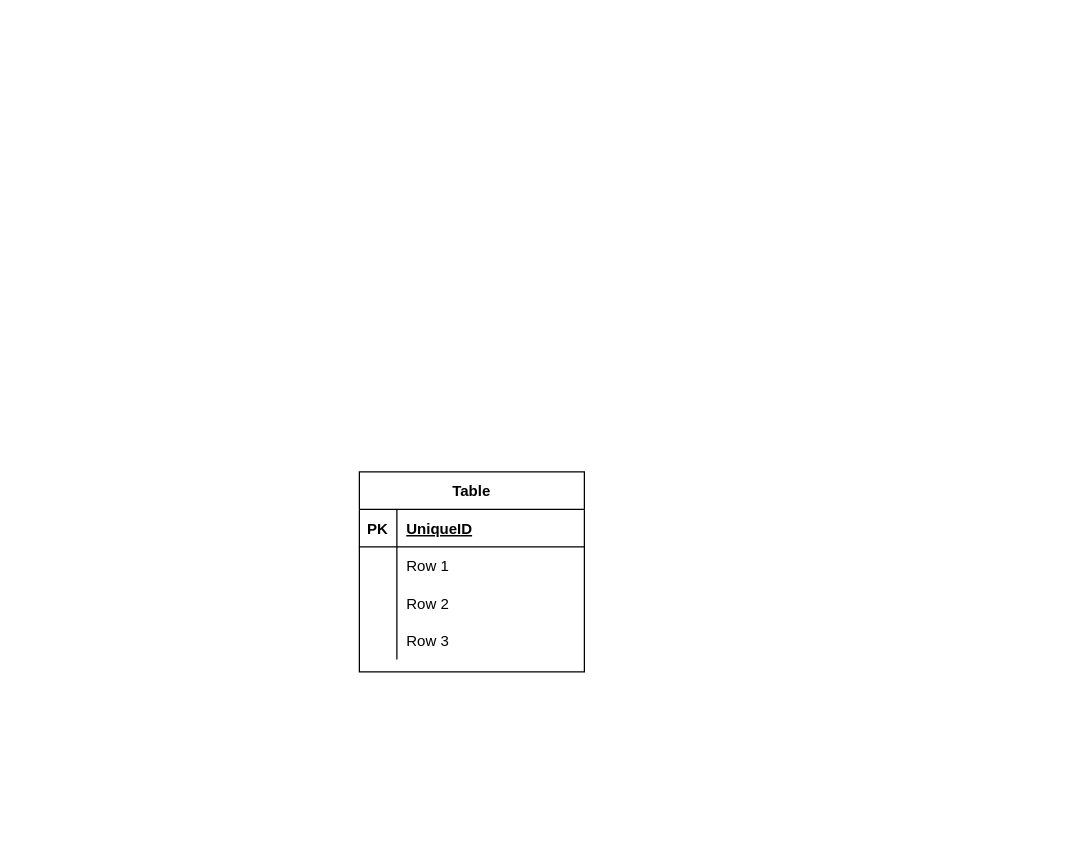
Above: page "Page-1" (1 of 2) of fig1.drawio in santarabantoosoo/RDMS (draw.io), before the change. Source tidied: cells renumbered, new cells numbered last; positions are measured from the earlier drawing's top-left corner, leaving out a move shared by most shapes. Both pictures are drawn from the tidied source at 125%, with x=0, y=0 at pixel (359, 471).
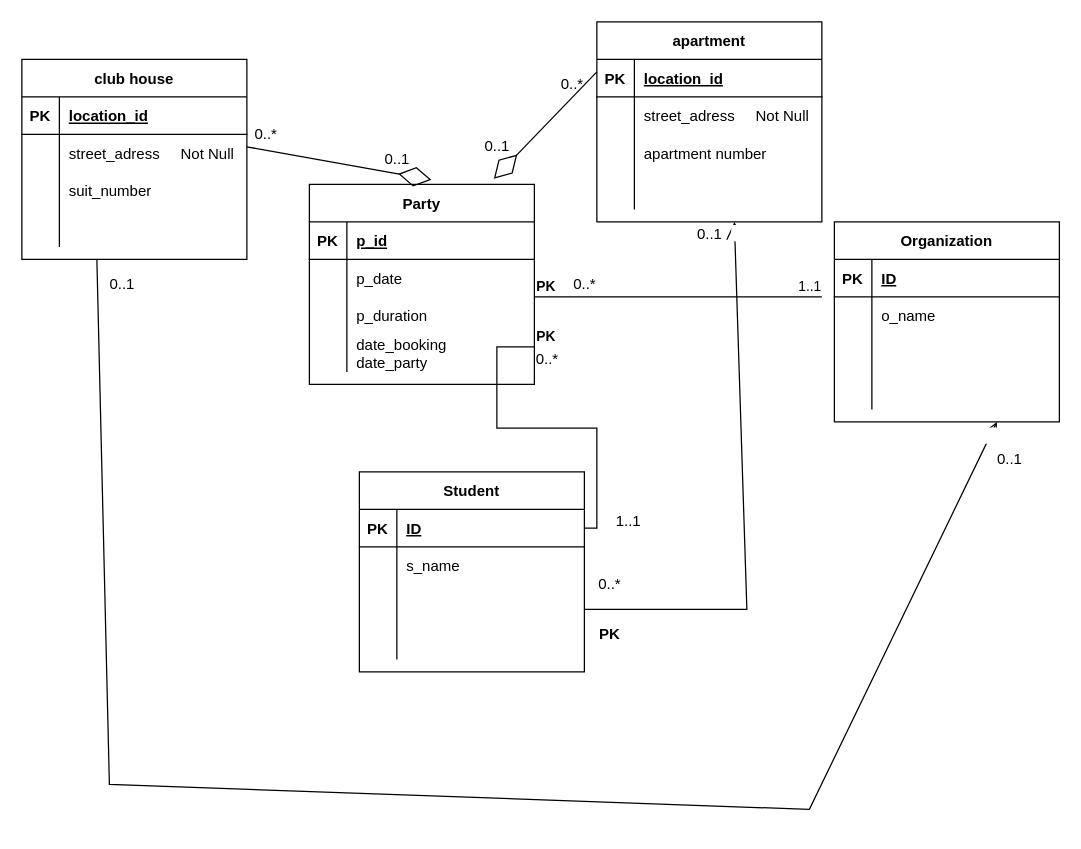
Above is the later version.

The change refers to these unchanged cells:
```xml
<mxCell id="3" style="shape=tableRow;horizontal=0;startSize=0;swimlaneHead=0;swimlaneBody=0;fillColor=none;points=[[0,0.5],[1,0.5]];portConstraint=eastwest;top=0;left=0;right=0;bottom=1;" parent="2" vertex="1">
  <mxGeometry y="30" width="180" height="30" as="geometry" />
</mxCell>
<mxCell id="6" style="shape=tableRow;horizontal=0;startSize=0;swimlaneHead=0;swimlaneBody=0;fillColor=none;top=0;left=0;right=0;bottom=0;" parent="2" vertex="1">
  <mxGeometry y="60" width="180" height="30" as="geometry" />
</mxCell>
<mxCell id="9" style="shape=tableRow;horizontal=0;startSize=0;swimlaneHead=0;swimlaneBody=0;fillColor=none;top=0;left=0;right=0;bottom=0;" parent="2" vertex="1">
  <mxGeometry y="90" width="180" height="30" as="geometry" />
</mxCell>
<mxCell id="12" style="shape=tableRow;horizontal=0;startSize=0;swimlaneHead=0;swimlaneBody=0;fillColor=none;top=0;left=0;right=0;bottom=0;" parent="2" vertex="1">
  <mxGeometry y="120" width="180" height="30" as="geometry" />
</mxCell>
```

What changed in the source:
```diff
@@
-    <mxCell id="2" value="Table" style="shape=table;startSize=30;childLayout=tableLayout;rowLines=0;fontStyle=1;align=center;" parent="1" vertex="1">
+    <mxCell id="2" value="Student" style="shape=table;startSize=30;childLayout=tableLayout;rowLines=0;fontStyle=1;align=center;" parent="1" vertex="1">
       <mxGeometry width="180" height="160" as="geometry" />
     </mxCell>
@@
-    <mxCell id="5" value="UniqueID" style="shape=partialRectangle;fillColor=none;top=0;left=0;bottom=0;right=0;align=left;spacingLeft=6;fontStyle=5;overflow=hidden;" parent="3" vertex="1">
+    <mxCell id="5" value="ID" style="shape=partialRectangle;fillColor=none;top=0;left=0;bottom=0;right=0;align=left;spacingLeft=6;fontStyle=5;overflow=hidden;" parent="3" vertex="1">
       <mxGeometry x="30" width="150" height="30" as="geometry" />
     </mxCell>
@@
-    <mxCell id="8" value="Row 1" style="shape=partialRectangle;fillColor=none;top=0;left=0;bottom=0;right=0;align=left;spacingLeft=6;overflow=hidden;" parent="6" vertex="1">
+    <mxCell id="8" value="s_name" style="shape=partialRectangle;fillColor=none;top=0;left=0;bottom=0;right=0;align=left;spacingLeft=6;overflow=hidden;" parent="6" vertex="1">
       <mxGeometry x="30" width="150" height="30" as="geometry" />
     </mxCell>
@@
-    <mxCell id="11" value="Row 2" style="shape=partialRectangle;fillColor=none;top=0;left=0;bottom=0;right=0;align=left;spacingLeft=6;overflow=hidden;" parent="9" vertex="1">
+    <mxCell id="11" style="shape=partialRectangle;fillColor=none;top=0;left=0;bottom=0;right=0;align=left;spacingLeft=6;overflow=hidden;" parent="9" vertex="1">
       <mxGeometry x="30" width="150" height="30" as="geometry" />
     </mxCell>
@@
-    <mxCell id="14" value="Row 3" style="shape=partialRectangle;fillColor=none;top=0;left=0;bottom=0;right=0;align=left;spacingLeft=6;overflow=hidden;" parent="12" vertex="1">
+    <mxCell id="14" style="shape=partialRectangle;fillColor=none;top=0;left=0;bottom=0;right=0;align=left;spacingLeft=6;overflow=hidden;" parent="12" vertex="1">
       <mxGeometry x="30" width="150" height="30" as="geometry" />
     </mxCell>
+    <mxCell id="15" value="Organization" style="shape=table;startSize=30;childLayout=tableLayout;rowLines=0;fontStyle=1;align=center;" parent="1" vertex="1">
+      <mxGeometry x="380" y="-200" width="180" height="160" as="geometry" />
+    </mxCell>
+    <mxCell id="16" style="shape=tableRow;horizontal=0;startSize=0;swimlaneHead=0;swimlaneBody=0;fillColor=none;top=0;left=0;right=0;bottom=1;" parent="15" vertex="1">
+      <mxGeometry y="30" width="180" height="30" as="geometry" />
+    </mxCell>
+    <mxCell id="17" value="PK" style="shape=partialRectangle;fillColor=none;top=0;left=0;bottom=0;right=0;fontStyle=1;overflow=hidden;" parent="16" vertex="1">
+      <mxGeometry width="30" height="30" as="geometry" />
+    </mxCell>
+    <mxCell id="18" value="ID" style="shape=partialRectangle;fillColor=none;top=0;left=0;bottom=0;right=0;align=left;spacingLeft=6;fontStyle=5;overflow=hidden;" parent="16" vertex="1">
+      <mxGeometry x="30" width="150" height="30" as="geometry" />
+    </mxCell>
+    <mxCell id="19" style="shape=tableRow;horizontal=0;startSize=0;swimlaneHead=0;swimlaneBody=0;fillColor=none;top=0;left=0;right=0;bottom=0;" parent="15" vertex="1">
+      <mxGeometry y="60" width="180" height="30" as="geometry" />
+    </mxCell>
+    <mxCell id="20" style="shape=partialRectangle;fillColor=none;top=0;left=0;bottom=0;right=0;overflow=hidden;" parent="19" vertex="1">
+      <mxGeometry width="30" height="30" as="geometry" />
+    </mxCell>
+    <mxCell id="21" value="o_name" style="shape=partialRectangle;fillColor=none;top=0;left=0;bottom=0;right=0;align=left;spacingLeft=6;overflow=hidden;" parent="19" vertex="1">
+      <mxGeometry x="30" width="150" height="30" as="geometry" />
+    </mxCell>
+    <mxCell id="22" style="shape=tableRow;horizontal=0;startSize=0;swimlaneHead=0;swimlaneBody=0;fillColor=none;top=0;left=0;right=0;bottom=0;" parent="15" vertex="1">
+      <mxGeometry y="90" width="180" height="30" as="geometry" />
+    </mxCell>
+    <mxCell id="23" style="shape=partialRectangle;fillColor=none;top=0;left=0;bottom=0;right=0;overflow=hidden;" parent="22" vertex="1">
+      <mxGeometry width="30" height="30" as="geometry" />
+    </mxCell>
+    <mxCell id="24" style="shape=partialRectangle;fillColor=none;top=0;left=0;bottom=0;right=0;align=left;spacingLeft=6;overflow=hidden;" parent="22" vertex="1">
+      <mxGeometry x="30" width="150" height="30" as="geometry" />
+    </mxCell>
+    <mxCell id="25" style="shape=tableRow;horizontal=0;startSize=0;swimlaneHead=0;swimlaneBody=0;fillColor=none;top=0;left=0;right=0;bottom=0;" parent="15" vertex="1">
+      <mxGeometry y="120" width="180" height="30" as="geometry" />
+    </mxCell>
+    <mxCell id="26" style="shape=partialRectangle;fillColor=none;top=0;left=0;bottom=0;right=0;overflow=hidden;" parent="25" vertex="1">
+      <mxGeometry width="30" height="30" as="geometry" />
+    </mxCell>
+    <mxCell id="27" style="shape=partialRectangle;fillColor=none;top=0;left=0;bottom=0;right=0;align=left;spacingLeft=6;overflow=hidden;" parent="25" vertex="1">
+      <mxGeometry x="30" width="150" height="30" as="geometry" />
+    </mxCell>
+    <mxCell id="28" value="Party" style="shape=table;startSize=30;childLayout=tableLayout;rowLines=0;fontStyle=1;align=center;" parent="1" vertex="1">
+      <mxGeometry x="-40" y="-230" width="180" height="160" as="geometry" />
+    </mxCell>
+    <mxCell id="29" style="shape=tableRow;horizontal=0;startSize=0;swimlaneHead=0;swimlaneBody=0;fillColor=none;top=0;left=0;right=0;bottom=1;" parent="28" vertex="1">
+      <mxGeometry y="30" width="180" height="30" as="geometry" />
+    </mxCell>
+    <mxCell id="30" value="PK" style="shape=partialRectangle;fillColor=none;top=0;left=0;bottom=0;right=0;fontStyle=1;overflow=hidden;" parent="29" vertex="1">
+      <mxGeometry width="30" height="30" as="geometry" />
+    </mxCell>
+    <mxCell id="31" value="p_id" style="shape=partialRectangle;fillColor=none;top=0;left=0;bottom=0;right=0;align=left;spacingLeft=6;fontStyle=5;overflow=hidden;" parent="29" vertex="1">
+      <mxGeometry x="30" width="150" height="30" as="geometry" />
+    </mxCell>
+    <mxCell id="32" style="shape=tableRow;horizontal=0;startSize=0;swimlaneHead=0;swimlaneBody=0;fillColor=none;top=0;left=0;right=0;bottom=0;" parent="28" vertex="1">
+      <mxGeometry y="60" width="180" height="30" as="geometry" />
+    </mxCell>
+    <mxCell id="33" style="shape=partialRectangle;fillColor=none;top=0;left=0;bottom=0;right=0;overflow=hidden;" parent="32" vertex="1">
+      <mxGeometry width="30" height="30" as="geometry" />
+    </mxCell>
+    <mxCell id="34" value="p_date" style="shape=partialRectangle;fillColor=none;top=0;left=0;bottom=0;right=0;align=left;spacingLeft=6;overflow=hidden;" parent="32" vertex="1">
+      <mxGeometry x="30" width="150" height="30" as="geometry" />
+    </mxCell>
+    <mxCell id="35" style="shape=tableRow;horizontal=0;startSize=0;swimlaneHead=0;swimlaneBody=0;fillColor=none;top=0;left=0;right=0;bottom=0;" parent="28" vertex="1">
+      <mxGeometry y="90" width="180" height="30" as="geometry" />
+    </mxCell>
+    <mxCell id="36" style="shape=partialRectangle;fillColor=none;top=0;left=0;bottom=0;right=0;overflow=hidden;" parent="35" vertex="1">
+      <mxGeometry width="30" height="30" as="geometry" />
+    </mxCell>
+    <mxCell id="37" value="p_duration" style="shape=partialRectangle;fillColor=none;top=0;left=0;bottom=0;right=0;align=left;spacingLeft=6;overflow=hidden;" parent="35" vertex="1">
+      <mxGeometry x="30" width="150" height="30" as="geometry" />
+    </mxCell>
+    <mxCell id="38" style="shape=tableRow;horizontal=0;startSize=0;swimlaneHead=0;swimlaneBody=0;fillColor=none;top=0;left=0;right=0;bottom=0;" parent="28" vertex="1">
+      <mxGeometry y="120" width="180" height="30" as="geometry" />
+    </mxCell>
+    <mxCell id="39" style="shape=partialRectangle;fillColor=none;top=0;left=0;bottom=0;right=0;overflow=hidden;" parent="38" vertex="1">
+      <mxGeometry width="30" height="30" as="geometry" />
+    </mxCell>
+    <mxCell id="40" value="date_booking&#10;date_party" style="shape=partialRectangle;fillColor=none;top=0;left=0;bottom=0;right=0;align=left;spacingLeft=6;overflow=hidden;" parent="38" vertex="1">
+      <mxGeometry x="30" width="150" height="30" as="geometry" />
+    </mxCell>
+    <mxCell id="41" style="endArrow=none;html=1;edgeStyle=orthogonalEdgeStyle;rounded=0;" parent="1" edge="1">
+      <mxGeometry relative="1" as="geometry">
+        <mxPoint x="140" y="-140" as="sourcePoint" />
+        <mxPoint x="370" y="-140" as="targetPoint" />
+      </mxGeometry>
+    </mxCell>
+    <mxCell id="42" value="&lt;b&gt;PK&lt;/b&gt;" style="edgeLabel;html=1;align=left;verticalAlign=bottom;" parent="41" vertex="1">
+      <mxGeometry x="-1" relative="1" as="geometry" />
+    </mxCell>
+    <mxCell id="43" value="1..1" style="edgeLabel;html=1;align=right;verticalAlign=bottom;" parent="41" vertex="1">
+      <mxGeometry x="1" relative="1" as="geometry" />
+    </mxCell>
+    <mxCell id="44" value="0..*" style="text;html=1;align=center;verticalAlign=middle;strokeColor=none;fillColor=none;" parent="1" vertex="1">
+      <mxGeometry x="165" y="-160" width="30" height="20" as="geometry" />
+    </mxCell>
+    <mxCell id="45" style="endArrow=none;html=1;edgeStyle=orthogonalEdgeStyle;rounded=0;" parent="1" edge="1" target="3">
+      <mxGeometry relative="1" as="geometry">
+        <mxPoint x="140" y="-100" as="sourcePoint" />
+        <Array as="points">
+          <mxPoint x="110" y="-100" />
+          <mxPoint x="110" y="-35" />
+          <mxPoint x="190" y="-35" />
+          <mxPoint x="190" y="45" />
+        </Array>
+      </mxGeometry>
+    </mxCell>
+    <mxCell id="46" value="&lt;b&gt;PK&lt;/b&gt;" style="edgeLabel;html=1;align=left;verticalAlign=bottom;" parent="45" vertex="1">
+      <mxGeometry x="-1" relative="1" as="geometry" />
+    </mxCell>
+    <mxCell id="47" value="0..*" style="text;html=1;align=center;verticalAlign=middle;strokeColor=none;fillColor=none;" parent="1" vertex="1">
+      <mxGeometry x="135" y="-100" width="30" height="20" as="geometry" />
+    </mxCell>
+    <mxCell id="48" value="1..1" style="text;html=1;align=center;verticalAlign=middle;strokeColor=none;fillColor=none;" parent="1" vertex="1">
+      <mxGeometry x="195" y="30" width="40" height="20" as="geometry" />
+    </mxCell>
+    <mxCell id="49" value="apartment" style="shape=table;startSize=30;childLayout=tableLayout;rowLines=0;fontStyle=1;align=center;" parent="1" vertex="1">
+      <mxGeometry x="190" y="-360" width="180" height="160" as="geometry" />
+    </mxCell>
+    <mxCell id="50" style="shape=tableRow;horizontal=0;startSize=0;swimlaneHead=0;swimlaneBody=0;fillColor=none;top=0;left=0;right=0;bottom=1;" parent="49" vertex="1">
+      <mxGeometry y="30" width="180" height="30" as="geometry" />
+    </mxCell>
+    <mxCell id="51" value="PK" style="shape=partialRectangle;fillColor=none;top=0;left=0;bottom=0;right=0;fontStyle=1;overflow=hidden;" parent="50" vertex="1">
+      <mxGeometry width="30" height="30" as="geometry" />
+    </mxCell>
+    <mxCell id="52" value="location_id" style="shape=partialRectangle;fillColor=none;top=0;left=0;bottom=0;right=0;align=left;spacingLeft=6;fontStyle=5;overflow=hidden;" parent="50" vertex="1">
+      <mxGeometry x="30" width="150" height="30" as="geometry" />
+    </mxCell>
+    <mxCell id="53" style="shape=tableRow;horizontal=0;startSize=0;swimlaneHead=0;swimlaneBody=0;fillColor=none;top=0;left=0;right=0;bottom=0;" parent="49" vertex="1">
+      <mxGeometry y="60" width="180" height="30" as="geometry" />
+    </mxCell>
+    <mxCell id="54" style="shape=partialRectangle;fillColor=none;top=0;left=0;bottom=0;right=0;overflow=hidden;" parent="53" vertex="1">
+      <mxGeometry width="30" height="30" as="geometry" />
+    </mxCell>
+    <mxCell id="55" value="street_adress     Not Null" style="shape=partialRectangle;fillColor=none;top=0;left=0;bottom=0;right=0;align=left;spacingLeft=6;overflow=hidden;" parent="53" vertex="1">
+      <mxGeometry x="30" width="150" height="30" as="geometry" />
+    </mxCell>
+    <mxCell id="56" style="shape=tableRow;horizontal=0;startSize=0;swimlaneHead=0;swimlaneBody=0;fillColor=none;top=0;left=0;right=0;bottom=0;" parent="49" vertex="1">
+      <mxGeometry y="90" width="180" height="30" as="geometry" />
+    </mxCell>
+    <mxCell id="57" style="shape=partialRectangle;fillColor=none;top=0;left=0;bottom=0;right=0;overflow=hidden;" parent="56" vertex="1">
+      <mxGeometry width="30" height="30" as="geometry" />
+    </mxCell>
+    <mxCell id="58" value="apartment number" style="shape=partialRectangle;fillColor=none;top=0;left=0;bottom=0;right=0;align=left;spacingLeft=6;overflow=hidden;" parent="56" vertex="1">
+      <mxGeometry x="30" width="150" height="30" as="geometry" />
+    </mxCell>
+    <mxCell id="59" style="shape=tableRow;horizontal=0;startSize=0;swimlaneHead=0;swimlaneBody=0;fillColor=none;top=0;left=0;right=0;bottom=0;" parent="49" vertex="1">
+      <mxGeometry y="120" width="180" height="30" as="geometry" />
+    </mxCell>
+    <mxCell id="60" style="shape=partialRectangle;fillColor=none;top=0;left=0;bottom=0;right=0;overflow=hidden;" parent="59" vertex="1">
+      <mxGeometry width="30" height="30" as="geometry" />
+    </mxCell>
+    <mxCell id="61" style="shape=partialRectangle;fillColor=none;top=0;left=0;bottom=0;right=0;align=left;spacingLeft=6;overflow=hidden;" parent="59" vertex="1">
+      <mxGeometry x="30" width="150" height="30" as="geometry" />
+    </mxCell>
+    <mxCell id="62" value="club house" style="shape=table;startSize=30;childLayout=tableLayout;rowLines=0;fontStyle=1;align=center;" parent="1" vertex="1">
+      <mxGeometry x="-270" y="-330" width="180" height="160" as="geometry" />
+    </mxCell>
+    <mxCell id="63" style="shape=tableRow;horizontal=0;startSize=0;swimlaneHead=0;swimlaneBody=0;fillColor=none;top=0;left=0;right=0;bottom=1;" parent="62" vertex="1">
+      <mxGeometry y="30" width="180" height="30" as="geometry" />
+    </mxCell>
+    <mxCell id="64" value="PK" style="shape=partialRectangle;fillColor=none;top=0;left=0;bottom=0;right=0;fontStyle=1;overflow=hidden;" parent="63" vertex="1">
+      <mxGeometry width="30" height="30" as="geometry" />
+    </mxCell>
+    <mxCell id="65" value="location_id" style="shape=partialRectangle;fillColor=none;top=0;left=0;bottom=0;right=0;align=left;spacingLeft=6;fontStyle=5;overflow=hidden;" parent="63" vertex="1">
+      <mxGeometry x="30" width="150" height="30" as="geometry" />
+    </mxCell>
+    <mxCell id="66" style="shape=tableRow;horizontal=0;startSize=0;swimlaneHead=0;swimlaneBody=0;fillColor=none;top=0;left=0;right=0;bottom=0;" parent="62" vertex="1">
+      <mxGeometry y="60" width="180" height="30" as="geometry" />
+    </mxCell>
+    <mxCell id="67" style="shape=partialRectangle;fillColor=none;top=0;left=0;bottom=0;right=0;overflow=hidden;" parent="66" vertex="1">
+      <mxGeometry width="30" height="30" as="geometry" />
+    </mxCell>
+    <mxCell id="68" value="street_adress     Not Null" style="shape=partialRectangle;fillColor=none;top=0;left=0;bottom=0;right=0;align=left;spacingLeft=6;overflow=hidden;" parent="66" vertex="1">
+      <mxGeometry x="30" width="150" height="30" as="geometry" />
+    </mxCell>
+    <mxCell id="69" style="shape=tableRow;horizontal=0;startSize=0;swimlaneHead=0;swimlaneBody=0;fillColor=none;top=0;left=0;right=0;bottom=0;" parent="62" vertex="1">
+      <mxGeometry y="90" width="180" height="30" as="geometry" />
+    </mxCell>
+    <mxCell id="70" style="shape=partialRectangle;fillColor=none;top=0;left=0;bottom=0;right=0;overflow=hidden;" parent="69" vertex="1">
+      <mxGeometry width="30" height="30" as="geometry" />
+    </mxCell>
+    <mxCell id="71" value="suit_number" style="shape=partialRectangle;fillColor=none;top=0;left=0;bottom=0;right=0;align=left;spacingLeft=6;overflow=hidden;" parent="69" vertex="1">
+      <mxGeometry x="30" width="150" height="30" as="geometry" />
+    </mxCell>
+    <mxCell id="72" style="shape=tableRow;horizontal=0;startSize=0;swimlaneHead=0;swimlaneBody=0;fillColor=none;top=0;left=0;right=0;bottom=0;" parent="62" vertex="1">
+      <mxGeometry y="120" width="180" height="30" as="geometry" />
+    </mxCell>
+    <mxCell id="73" style="shape=partialRectangle;fillColor=none;top=0;left=0;bottom=0;right=0;overflow=hidden;" parent="72" vertex="1">
+      <mxGeometry width="30" height="30" as="geometry" />
+    </mxCell>
+    <mxCell id="74" style="shape=partialRectangle;fillColor=none;top=0;left=0;bottom=0;right=0;align=left;spacingLeft=6;overflow=hidden;" parent="72" vertex="1">
+      <mxGeometry x="30" width="150" height="30" as="geometry" />
+    </mxCell>
+    <mxCell id="75" value="0..*" style="text;html=1;align=center;verticalAlign=middle;strokeColor=none;fillColor=none;" parent="1" vertex="1">
+      <mxGeometry x="-90" y="-280" width="30" height="20" as="geometry" />
+    </mxCell>
+    <mxCell id="76" value="0..*" style="text;html=1;align=center;verticalAlign=middle;strokeColor=none;fillColor=none;" parent="1" vertex="1">
+      <mxGeometry x="155" y="-320" width="30" height="20" as="geometry" />
+    </mxCell>
+    <mxCell id="77" style="endArrow=diamondThin;endFill=0;endSize=24;html=1;rounded=0;entryX=0.542;entryY=-0.023;entryDx=0;entryDy=0;entryPerimeter=0;" parent="1" edge="1" target="28">
+      <mxGeometry relative="1" as="geometry">
+        <mxPoint x="-90" y="-260" as="sourcePoint" />
+      </mxGeometry>
+    </mxCell>
+    <mxCell id="78" style="endArrow=diamondThin;endFill=0;endSize=24;html=1;rounded=0;entryX=0.82;entryY=-0.028;entryDx=0;entryDy=0;entryPerimeter=0;" parent="1" edge="1" target="28">
+      <mxGeometry relative="1" as="geometry">
+        <mxPoint x="190" y="-320" as="sourcePoint" />
+      </mxGeometry>
+    </mxCell>
+    <mxCell id="79" value="0..1" style="text;html=1;align=center;verticalAlign=middle;strokeColor=none;fillColor=none;" parent="1" vertex="1">
+      <mxGeometry x="10" y="-260" width="40" height="20" as="geometry" />
+    </mxCell>
+    <mxCell id="80" value="0..1" style="text;html=1;align=center;verticalAlign=middle;strokeColor=none;fillColor=none;" parent="1" vertex="1">
+      <mxGeometry x="90" y="-270" width="40" height="20" as="geometry" />
+    </mxCell>
+    <mxCell id="81" style="endArrow=open;endFill=1;endSize=12;html=1;rounded=0;" parent="1" edge="1">
+      <mxGeometry relative="1" as="geometry">
+        <mxPoint x="-210" y="-170" as="sourcePoint" />
+        <mxPoint x="510" y="-40" as="targetPoint" />
+        <Array as="points">
+          <mxPoint x="-200" y="250" />
+          <mxPoint x="360" y="270" />
+        </Array>
+      </mxGeometry>
+    </mxCell>
+    <mxCell id="82" value="&amp;nbsp; &amp;nbsp; &amp;nbsp; &amp;nbsp; &amp;nbsp;" style="edgeLabel;html=1;align=center;verticalAlign=middle;" parent="81" vertex="1">
+      <mxGeometry x="0.98" y="-6" relative="1" as="geometry">
+        <mxPoint y="-4" as="offset" />
+      </mxGeometry>
+    </mxCell>
+    <mxCell id="83" value="0..1" style="text;html=1;align=center;verticalAlign=middle;strokeColor=none;fillColor=none;" parent="1" vertex="1">
+      <mxGeometry x="-210" y="-160" width="40" height="20" as="geometry" />
+    </mxCell>
+    <mxCell id="84" value="0..1" style="text;html=1;align=center;verticalAlign=middle;strokeColor=none;fillColor=none;" parent="1" vertex="1">
+      <mxGeometry x="500" y="-20" width="40" height="20" as="geometry" />
+    </mxCell>
+    <mxCell id="85" style="endArrow=open;endFill=1;endSize=12;html=1;rounded=0;" parent="1" edge="1">
+      <mxGeometry relative="1" as="geometry">
+        <mxPoint x="180" y="110" as="sourcePoint" />
+        <mxPoint x="300" y="-200" as="targetPoint" />
+        <Array as="points">
+          <mxPoint x="310" y="110" />
+        </Array>
+      </mxGeometry>
+    </mxCell>
+    <mxCell id="86" value="&amp;nbsp; &amp;nbsp; &amp;nbsp; &amp;nbsp;" style="edgeLabel;html=1;align=center;verticalAlign=middle;" parent="85" vertex="1">
+      <mxGeometry x="0.96" y="-7" relative="1" as="geometry" />
+    </mxCell>
+    <mxCell id="87" value="&lt;b&gt;PK&lt;/b&gt;" style="text;html=1;align=center;verticalAlign=middle;strokeColor=none;fillColor=none;" parent="1" vertex="1">
+      <mxGeometry x="185" y="120" width="30" height="20" as="geometry" />
+    </mxCell>
+    <mxCell id="88" value="0..*" style="text;html=1;align=center;verticalAlign=middle;strokeColor=none;fillColor=none;" parent="1" vertex="1">
+      <mxGeometry x="185" y="80" width="30" height="20" as="geometry" />
+    </mxCell>
+    <mxCell id="89" value="0..1" style="text;html=1;align=center;verticalAlign=middle;strokeColor=none;fillColor=none;" parent="1" vertex="1">
+      <mxGeometry x="260" y="-200" width="40" height="20" as="geometry" />
+    </mxCell>
```
